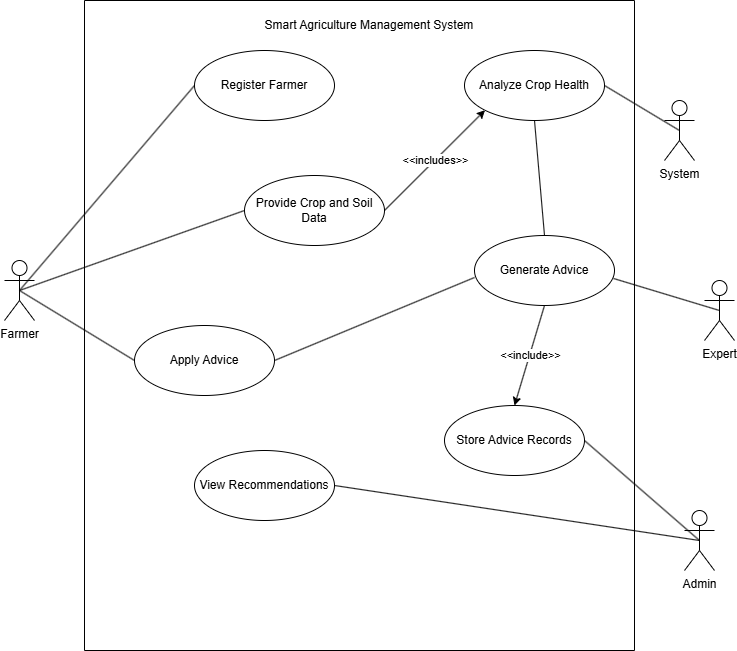
The draw.io diagram UseCase.drawio.png in Harshadeep73/Case-Study, before a commit. Source tidied: cells renumbered, new cells last; positions are measured from the earlier drawing's top-left corner, leaving out a move shared by most shapes. Its diagram source:
```xml
<mxGraphModel>
  <root>
    <mxCell id="0" />
    <mxCell id="1" parent="0" />
    <mxCell id="2" value="Expert" style="shape=umlActor;verticalLabelPosition=bottom;verticalAlign=top;html=1;" parent="1" vertex="1">
      <mxGeometry x="700" y="280" width="30" height="60" as="geometry" />
    </mxCell>
    <mxCell id="3" value="System" style="shape=umlActor;verticalLabelPosition=bottom;verticalAlign=top;html=1;" parent="1" vertex="1">
      <mxGeometry x="660" y="100" width="30" height="60" as="geometry" />
    </mxCell>
    <mxCell id="4" value="Admin" style="shape=umlActor;verticalLabelPosition=bottom;verticalAlign=top;html=1;" parent="1" vertex="1">
      <mxGeometry x="680" y="510" width="30" height="60" as="geometry" />
    </mxCell>
    <mxCell id="5" value="Farmer" style="shape=umlActor;verticalLabelPosition=bottom;verticalAlign=top;html=1;" parent="1" vertex="1">
      <mxGeometry y="260" width="30" height="60" as="geometry" />
    </mxCell>
    <mxCell id="6" style="swimlane;startSize=0;" parent="1" vertex="1">
      <mxGeometry x="80" width="550" height="650" as="geometry" />
    </mxCell>
    <mxCell id="7" value="Register Farmer" style="ellipse;whiteSpace=wrap;html=1;" parent="6" vertex="1">
      <mxGeometry x="110" y="50" width="140" height="70" as="geometry" />
    </mxCell>
    <mxCell id="8" value="Provide Crop and Soil Data" style="ellipse;whiteSpace=wrap;html=1;" parent="6" vertex="1">
      <mxGeometry x="160" y="175" width="140" height="70" as="geometry" />
    </mxCell>
    <mxCell id="9" value="View Recommendations" style="ellipse;whiteSpace=wrap;html=1;" parent="6" vertex="1">
      <mxGeometry x="110" y="450" width="140" height="70" as="geometry" />
    </mxCell>
    <mxCell id="10" value="Apply Advice" style="ellipse;whiteSpace=wrap;html=1;" parent="6" vertex="1">
      <mxGeometry x="50" y="325" width="140" height="70" as="geometry" />
    </mxCell>
    <mxCell id="11" value="Store Advice Records" style="ellipse;whiteSpace=wrap;html=1;" parent="6" vertex="1">
      <mxGeometry x="360" y="405" width="140" height="70" as="geometry" />
    </mxCell>
    <mxCell id="12" value="Generate Advice" style="ellipse;whiteSpace=wrap;html=1;" parent="6" vertex="1">
      <mxGeometry x="390" y="235" width="140" height="70" as="geometry" />
    </mxCell>
    <mxCell id="13" value="Analyze Crop Health" style="ellipse;whiteSpace=wrap;html=1;" parent="6" vertex="1">
      <mxGeometry x="380" y="50" width="140" height="70" as="geometry" />
    </mxCell>
    <mxCell id="14" style="endArrow=classic;html=1;rounded=0;entryX=0.5;entryY=0;entryDx=0;entryDy=0;exitX=0.5;exitY=1;exitDx=0;exitDy=0;" parent="6" edge="1" source="12" target="11">
      <mxGeometry relative="1" as="geometry" />
    </mxCell>
    <mxCell id="15" value="&amp;lt;&amp;lt;include&amp;gt;&amp;gt;" style="edgeLabel;html=1;align=center;verticalAlign=middle;" parent="14" vertex="1">
      <mxGeometry relative="1" as="geometry" />
    </mxCell>
    <mxCell id="16" value="Smart Agriculture Management System" style="text;html=1;whiteSpace=wrap;strokeColor=none;fillColor=none;align=center;verticalAlign=middle;rounded=0;" parent="6" vertex="1">
      <mxGeometry x="110" y="10" width="350" height="30" as="geometry" />
    </mxCell>
    <mxCell id="17" style="endArrow=none;html=1;rounded=0;exitX=0.5;exitY=1;exitDx=0;exitDy=0;entryX=0.5;entryY=0;entryDx=0;entryDy=0;" parent="6" edge="1" source="13" target="12">
      <mxGeometry relative="1" as="geometry" />
    </mxCell>
    <mxCell id="18" style="endArrow=none;html=1;rounded=0;exitX=1;exitY=0.5;exitDx=0;exitDy=0;entryX=0;entryY=0.6;entryDx=0;entryDy=0;entryPerimeter=0;" parent="6" edge="1" source="10" target="12">
      <mxGeometry relative="1" as="geometry" />
    </mxCell>
    <mxCell id="19" style="endArrow=classic;html=1;rounded=0;exitX=1;exitY=0.5;exitDx=0;exitDy=0;entryX=0;entryY=1;entryDx=0;entryDy=0;" parent="6" edge="1" source="8" target="13">
      <mxGeometry relative="1" as="geometry" />
    </mxCell>
    <mxCell id="20" value="&amp;lt;&amp;lt;includes&amp;gt;&amp;gt;" style="edgeLabel;html=1;align=center;verticalAlign=middle;" parent="19" vertex="1">
      <mxGeometry relative="1" as="geometry" />
    </mxCell>
    <mxCell id="21" style="endArrow=none;html=1;rounded=0;entryX=0;entryY=0.5;entryDx=0;entryDy=0;exitX=0.5;exitY=0.5;exitDx=0;exitDy=0;exitPerimeter=0;" parent="1" edge="1" source="5" target="7">
      <mxGeometry relative="1" as="geometry" />
    </mxCell>
    <mxCell id="22" style="endArrow=none;html=1;rounded=0;entryX=0.5;entryY=0.5;entryDx=0;entryDy=0;entryPerimeter=0;exitX=0.993;exitY=0.614;exitDx=0;exitDy=0;exitPerimeter=0;" parent="1" edge="1" source="12" target="2">
      <mxGeometry relative="1" as="geometry" />
    </mxCell>
    <mxCell id="23" style="endArrow=none;html=1;rounded=0;entryX=0;entryY=0.5;entryDx=0;entryDy=0;" parent="1" edge="1" target="10">
      <mxGeometry relative="1" as="geometry">
        <mxPoint x="15" y="290" as="sourcePoint" />
      </mxGeometry>
    </mxCell>
    <mxCell id="24" style="endArrow=none;html=1;rounded=0;entryX=0.5;entryY=0.5;entryDx=0;entryDy=0;entryPerimeter=0;exitX=1;exitY=0.5;exitDx=0;exitDy=0;" parent="1" edge="1" source="11" target="4">
      <mxGeometry relative="1" as="geometry" />
    </mxCell>
    <mxCell id="25" style="endArrow=none;html=1;rounded=0;entryX=0.5;entryY=0.5;entryDx=0;entryDy=0;entryPerimeter=0;exitX=1;exitY=0.5;exitDx=0;exitDy=0;" parent="1" edge="1" source="13" target="3">
      <mxGeometry relative="1" as="geometry" />
    </mxCell>
    <mxCell id="26" style="endArrow=none;html=1;rounded=0;entryX=0.5;entryY=0.5;entryDx=0;entryDy=0;exitX=1;exitY=0.5;exitDx=0;exitDy=0;entryPerimeter=0;" parent="1" edge="1" source="9" target="4">
      <mxGeometry relative="1" as="geometry" />
    </mxCell>
    <mxCell id="27" style="endArrow=none;html=1;rounded=0;exitX=0.5;exitY=0.5;exitDx=0;exitDy=0;exitPerimeter=0;entryX=0;entryY=0.5;entryDx=0;entryDy=0;" parent="1" edge="1" source="5" target="8">
      <mxGeometry relative="1" as="geometry" />
    </mxCell>
  </root>
</mxGraphModel>
```
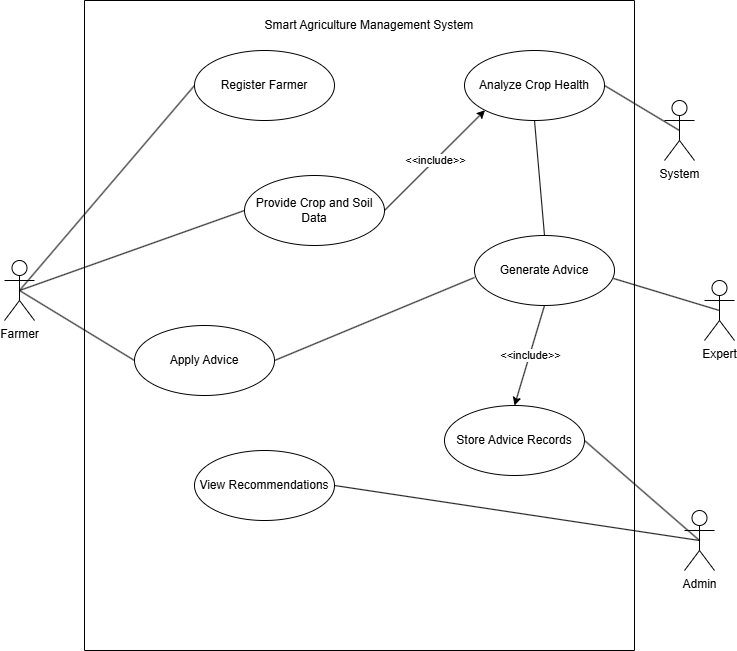
The same diagram one commit later.

Diff of the diagram source:
```diff
@@ -56,7 +56,7 @@
     <mxCell id="19" style="endArrow=classic;html=1;rounded=0;exitX=1;exitY=0.5;exitDx=0;exitDy=0;entryX=0;entryY=1;entryDx=0;entryDy=0;" parent="6" edge="1" source="8" target="13">
       <mxGeometry relative="1" as="geometry" />
     </mxCell>
-    <mxCell id="20" value="&amp;lt;&amp;lt;includes&amp;gt;&amp;gt;" style="edgeLabel;html=1;align=center;verticalAlign=middle;" parent="19" vertex="1">
+    <mxCell id="20" value="&amp;lt;&amp;lt;include&amp;gt;&amp;gt;" style="edgeLabel;html=1;align=center;verticalAlign=middle;" parent="19" vertex="1">
       <mxGeometry relative="1" as="geometry" />
     </mxCell>
     <mxCell id="21" style="endArrow=none;html=1;rounded=0;entryX=0;entryY=0.5;entryDx=0;entryDy=0;exitX=0.5;exitY=0.5;exitDx=0;exitDy=0;exitPerimeter=0;" parent="1" edge="1" source="5" target="7">
```
